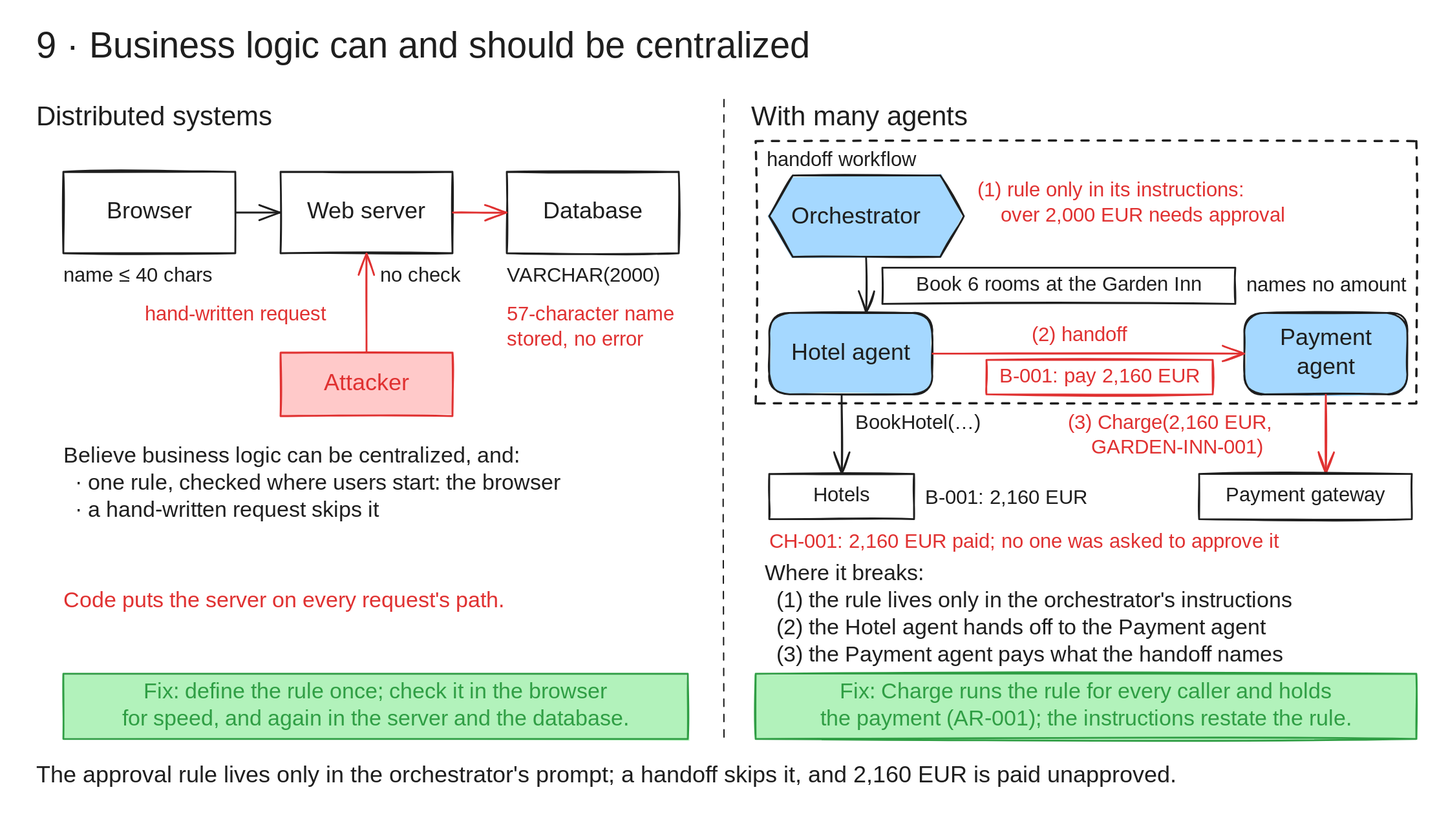
This is fallacies/09-logic-can-be-centralized/diagram.excalidraw.svg from cdiazal/fallacies-of-distributed-agents, a Excalidraw export, as it was before one commit. Source tidied: one line per element, renumbered; positions are measured from the earlier drawing's top-left corner, leaving out a move shared by most shapes.
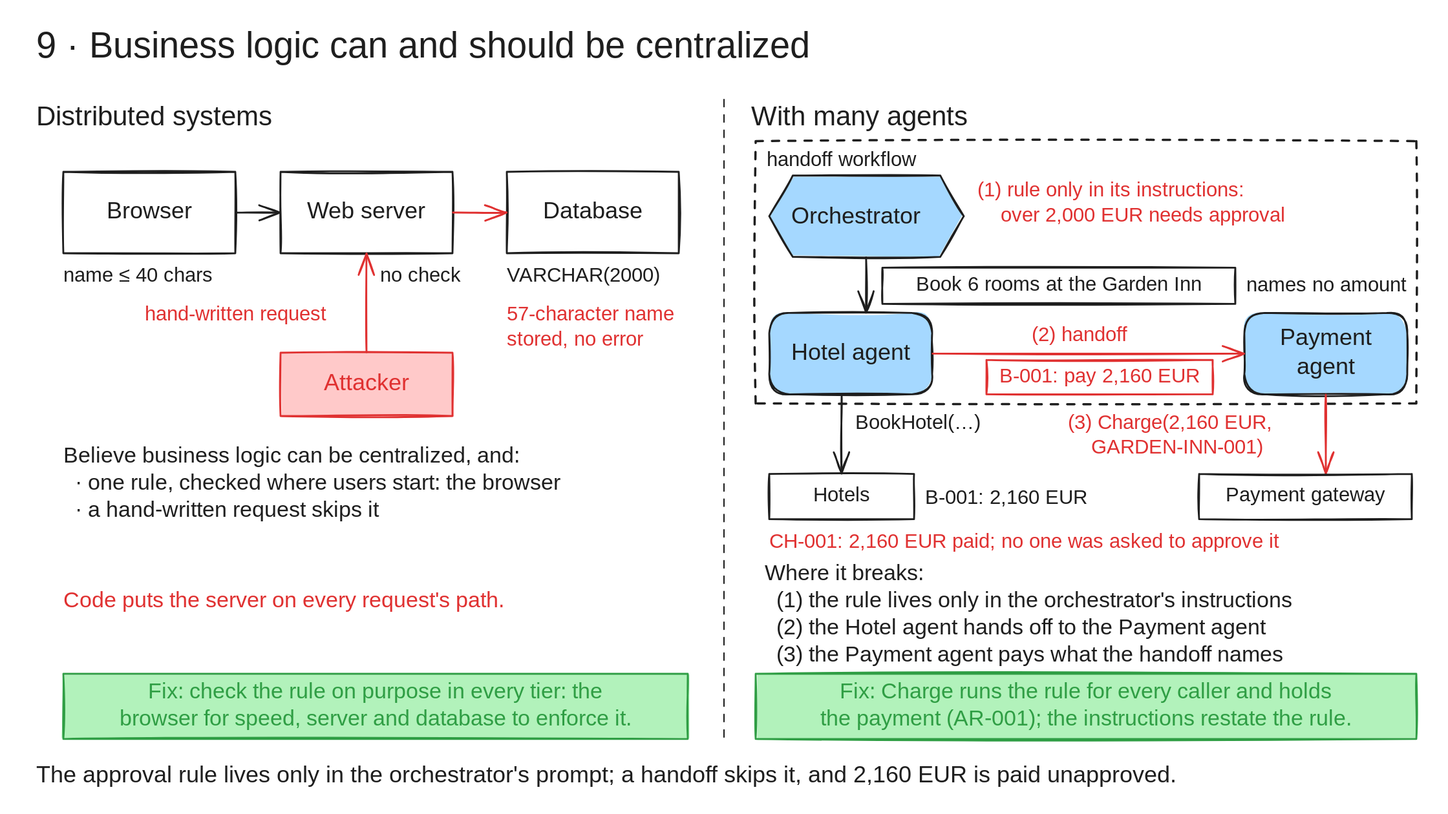
After the change.

Commit message:
Fallacy 9: state the classic fix as Neward's several checks, not one definition

The left panel's Fix box and the alt text said to define the rule once, which the entry's own text attributes to Neward's readers, not to him. They now say to check the rule on purpose in every tier: the browser for speed, the server and the database to enforce it.

What changed in the source:
```diff
@@ -1,28 +1,28 @@
-{"id": 0, "type": "text", "text": "9 · Business logic can and should be centralized", "strokeColor": "#1e1e1e", "strokeWidth": 2, "roughness": 1, "fontSize": 40, "fontFamily": 5, "x": 40, "y": 28, "width": 917, "height": 50}
+{"id": 0, "type": "text", "text": "9 · Business logic can and should be centralized", "strokeColor": "#1e1e1e", "strokeWidth": 2, "roughness": 1, "fontSize": 40, "fontFamily": 5, "x": 40, "y": 28, "width": 926, "height": 50}
 {"id": 1, "type": "text", "text": "Distributed systems", "strokeColor": "#1e1e1e", "strokeWidth": 2, "roughness": 1, "fontSize": 30, "fontFamily": 5, "x": 40, "y": 112, "width": 297, "height": 38}
 {"id": 2, "type": "text", "text": "With many agents", "strokeColor": "#1e1e1e", "strokeWidth": 2, "roughness": 1, "fontSize": 30, "fontFamily": 5, "x": 830, "y": 112, "width": 256, "height": 38}
 {"id": 3, "type": "line", "strokeColor": "#1e1e1e", "strokeWidth": 1, "strokeStyle": "dashed", "roughness": 1, "x": 800, "y": 110, "width": 0, "height": 705, "points": [[0, 0], [0, 705]]}
-{"id": 4, "type": "text", "text": "The approval rule lives only in the orchestrator's prompt; a handoff skips it, and 2,160 EUR is paid unapproved.", "strokeColor": "#1e1e1e", "strokeWidth": 2, "roughness": 1, "fontSize": 26, "fontFamily": 5, "x": 40, "y": 842, "width": 1411, "height": 32}
+{"id": 4, "type": "text", "text": "The approval rule lives only in the orchestrator's prompt; a handoff skips it, and 2,160 EUR is paid unapproved.", "strokeColor": "#1e1e1e", "strokeWidth": 2, "roughness": 1, "fontSize": 26, "fontFamily": 5, "x": 40, "y": 842, "width": 1419, "height": 32}
 {"id": 5, "type": "rectangle", "strokeColor": "#1e1e1e", "strokeWidth": 2, "roughness": 1, "x": 70, "y": 190, "width": 190, "height": 90}
 {"id": 6, "type": "rectangle", "strokeColor": "#1e1e1e", "strokeWidth": 2, "roughness": 1, "x": 310, "y": 190, "width": 190, "height": 90}
 {"id": 7, "type": "rectangle", "strokeColor": "#1e1e1e", "strokeWidth": 2, "roughness": 1, "x": 560, "y": 190, "width": 190, "height": 90}
 {"id": 8, "type": "arrow", "strokeColor": "#1e1e1e", "strokeWidth": 2, "roughness": 1, "endArrowhead": "arrow", "x": 260, "y": 235, "width": 49, "height": 0, "points": [[0, 0], [49, 0]]}
 {"id": 9, "type": "arrow", "strokeColor": "#e03131", "strokeWidth": 2, "roughness": 1, "endArrowhead": "arrow", "x": 500, "y": 235, "width": 59, "height": 0, "points": [[0, 0], [59, 0]]}
-{"id": 10, "type": "text", "text": "name ≤ 40 chars", "strokeColor": "#1e1e1e", "strokeWidth": 2, "roughness": 1, "fontSize": 22, "fontFamily": 8, "x": 70, "y": 292, "width": 177, "height": 28}
+{"id": 10, "type": "text", "text": "name ≤ 40 chars", "strokeColor": "#1e1e1e", "strokeWidth": 2, "roughness": 1, "fontSize": 22, "fontFamily": 8, "x": 70, "y": 292, "width": 181, "height": 28}
 {"id": 11, "type": "text", "text": "no check", "strokeColor": "#1e1e1e", "strokeWidth": 2, "roughness": 1, "fontSize": 22, "fontFamily": 5, "x": 420, "y": 292, "width": 92, "height": 28}
-{"id": 12, "type": "text", "text": "VARCHAR(2000)", "strokeColor": "#1e1e1e", "strokeWidth": 2, "roughness": 1, "fontSize": 22, "fontFamily": 8, "x": 560, "y": 292, "width": 158, "height": 28}
+{"id": 12, "type": "text", "text": "VARCHAR(2000)", "strokeColor": "#1e1e1e", "strokeWidth": 2, "roughness": 1, "fontSize": 22, "fontFamily": 8, "x": 560, "y": 292, "width": 157, "height": 28}
 {"id": 13, "type": "rectangle", "strokeColor": "#e03131", "backgroundColor": "#ffc9c9", "fillStyle": "solid", "strokeWidth": 2, "roughness": 1, "x": 310, "y": 390, "width": 190, "height": 70}
 {"id": 14, "type": "arrow", "strokeColor": "#e03131", "strokeWidth": 2, "roughness": 1, "endArrowhead": "arrow", "x": 405, "y": 390, "width": 0, "height": 109, "points": [[0, 0], [0, -109]]}
 {"id": 15, "type": "text", "text": "hand-written request", "strokeColor": "#e03131", "strokeWidth": 2, "roughness": 1, "fontSize": 22, "fontFamily": 5, "x": 160, "y": 335, "width": 226, "height": 28}
-{"id": 16, "type": "text", "text": "57-character name\nstored, no error", "strokeColor": "#e03131", "strokeWidth": 2, "roughness": 1, "fontSize": 22, "fontFamily": 5, "x": 560, "y": 335, "width": 194, "height": 55}
+{"id": 16, "type": "text", "text": "57-character name\nstored, no error", "strokeColor": "#e03131", "strokeWidth": 2, "roughness": 1, "fontSize": 22, "fontFamily": 5, "x": 560, "y": 335, "width": 196, "height": 55}
 {"id": 17, "type": "text", "text": "Believe business logic can be centralized, and:\n  · one rule, checked where users start: the browser\n  · a hand-written request skips it", "strokeColor": "#1e1e1e", "strokeWidth": 2, "roughness": 1, "fontSize": 24, "fontFamily": 5, "x": 70, "y": 490, "width": 607, "height": 90}
-{"id": 18, "type": "text", "text": "Code puts the server on every request's path.", "strokeColor": "#e03131", "strokeWidth": 2, "roughness": 1, "fontSize": 24, "fontFamily": 5, "x": 70, "y": 650, "width": 542, "height": 30}
+{"id": 18, "type": "text", "text": "Code puts the server on every request's path.", "strokeColor": "#e03131", "strokeWidth": 2, "roughness": 1, "fontSize": 24, "fontFamily": 5, "x": 70, "y": 650, "width": 541, "height": 30}
 {"id": 19, "type": "rectangle", "strokeColor": "#2f9e44", "backgroundColor": "#b2f2bb", "fillStyle": "solid", "strokeWidth": 2, "roughness": 1, "x": 70, "y": 745, "width": 690, "height": 72}
 {"id": 20, "type": "rectangle", "strokeColor": "#1e1e1e", "strokeWidth": 2, "strokeStyle": "dashed", "roughness": 1, "x": 835, "y": 156, "width": 730, "height": 290}
 {"id": 21, "type": "text", "text": "handoff workflow", "strokeColor": "#1e1e1e", "strokeWidth": 2, "roughness": 1, "fontSize": 22, "fontFamily": 5, "x": 847, "y": 164, "width": 185, "height": 28}
 {"id": 22, "type": "line", "strokeColor": "#1e1e1e", "backgroundColor": "#a5d8ff", "fillStyle": "solid", "strokeWidth": 2, "roughness": 1, "x": 876, "y": 194, "width": 215, "height": 90, "points": [[0, 0], [163, 0], [189, 45], [163, 90], [0, 90], [-26, 45], [0, 0]]}
 {"id": 23, "type": "text", "text": "Orchestrator", "strokeColor": "#1e1e1e", "strokeWidth": 2, "roughness": 1, "fontSize": 26, "fontFamily": 5, "x": 874, "y": 224, "width": 166, "height": 32}
-{"id": 24, "type": "text", "text": "(1) rule only in its instructions:\n    over 2,000 EUR needs approval", "strokeColor": "#e03131", "strokeWidth": 2, "roughness": 1, "fontSize": 22, "fontFamily": 5, "x": 1080, "y": 198, "width": 372, "height": 55}
+{"id": 24, "type": "text", "text": "(1) rule only in its instructions:\n    over 2,000 EUR needs approval", "strokeColor": "#e03131", "strokeWidth": 2, "roughness": 1, "fontSize": 22, "fontFamily": 5, "x": 1080, "y": 198, "width": 376, "height": 55}
 {"id": 25, "type": "arrow", "strokeColor": "#1e1e1e", "strokeWidth": 2, "roughness": 1, "endArrowhead": "arrow", "x": 957, "y": 284, "width": 0, "height": 61, "points": [[0, 0], [0, 61]]}
 {"id": 26, "type": "rectangle", "strokeColor": "#1e1e1e", "strokeWidth": 2, "roughness": 1, "x": 975, "y": 296, "width": 390, "height": 40}
 {"id": 27, "type": "text", "text": "names no amount", "strokeColor": "#1e1e1e", "strokeWidth": 2, "roughness": 1, "fontSize": 22, "fontFamily": 5, "x": 1377, "y": 303, "width": 181, "height": 28}
@@ -32,25 +32,25 @@
 {"id": 31, "type": "text", "text": "(2) handoff", "strokeColor": "#e03131", "strokeWidth": 2, "roughness": 1, "fontSize": 22, "fontFamily": 5, "x": 1140, "y": 358, "width": 126, "height": 28}
 {"id": 32, "type": "rectangle", "strokeColor": "#e03131", "strokeWidth": 2, "roughness": 1, "x": 1090, "y": 398, "width": 250, "height": 38}
 {"id": 33, "type": "arrow", "strokeColor": "#1e1e1e", "strokeWidth": 2, "roughness": 1, "endArrowhead": "arrow", "x": 930, "y": 436, "width": 0, "height": 87, "points": [[0, 0], [0, 87]]}
-{"id": 34, "type": "text", "text": "BookHotel(…)", "strokeColor": "#1e1e1e", "strokeWidth": 2, "roughness": 1, "fontSize": 22, "fontFamily": 8, "x": 945, "y": 455, "width": 141, "height": 28}
+{"id": 34, "type": "text", "text": "BookHotel(…)", "strokeColor": "#1e1e1e", "strokeWidth": 2, "roughness": 1, "fontSize": 22, "fontFamily": 8, "x": 945, "y": 455, "width": 145, "height": 28}
 {"id": 35, "type": "rectangle", "strokeColor": "#1e1e1e", "strokeWidth": 2, "roughness": 1, "x": 850, "y": 524, "width": 160, "height": 50}
-{"id": 36, "type": "text", "text": "B-001: 2,160 EUR", "strokeColor": "#1e1e1e", "strokeWidth": 2, "roughness": 1, "fontSize": 22, "fontFamily": 5, "x": 1022, "y": 538, "width": 189, "height": 28}
+{"id": 36, "type": "text", "text": "B-001: 2,160 EUR", "strokeColor": "#1e1e1e", "strokeWidth": 2, "roughness": 1, "fontSize": 22, "fontFamily": 5, "x": 1022, "y": 538, "width": 195, "height": 28}
 {"id": 37, "type": "arrow", "strokeColor": "#e03131", "strokeWidth": 2, "roughness": 1, "endArrowhead": "arrow", "x": 1465, "y": 436, "width": 0, "height": 87, "points": [[0, 0], [0, 87]]}
-{"id": 38, "type": "text", "text": "(3) Charge(2,160 EUR,\n    GARDEN-INN-001)", "strokeColor": "#e03131", "strokeWidth": 2, "roughness": 1, "fontSize": 22, "fontFamily": 8, "x": 1180, "y": 455, "width": 240, "height": 55}
+{"id": 38, "type": "text", "text": "(3) Charge(2,160 EUR,\n    GARDEN-INN-001)", "strokeColor": "#e03131", "strokeWidth": 2, "roughness": 1, "fontSize": 22, "fontFamily": 8, "x": 1180, "y": 455, "width": 254, "height": 55}
 {"id": 39, "type": "rectangle", "strokeColor": "#1e1e1e", "strokeWidth": 2, "roughness": 1, "x": 1325, "y": 524, "width": 235, "height": 50}
-{"id": 40, "type": "text", "text": "CH-001: 2,160 EUR paid; no one was asked to approve it", "strokeColor": "#e03131", "strokeWidth": 2, "roughness": 1, "fontSize": 22, "fontFamily": 5, "x": 850, "y": 586, "width": 606, "height": 28}
+{"id": 40, "type": "text", "text": "CH-001: 2,160 EUR paid; no one was asked to approve it", "strokeColor": "#e03131", "strokeWidth": 2, "roughness": 1, "fontSize": 22, "fontFamily": 5, "x": 850, "y": 586, "width": 611, "height": 28}
-{"id": 41, "type": "text", "text": "Where it breaks:\n  (1) the rule lives only in the orchestrator's instructions\n  (2) the Hotel agent hands off to the Payment agent\n  (3) the Payment agent pays what the handoff names", "strokeColor": "#1e1e1e", "strokeWidth": 2, "roughness": 1, "fontSize": 24, "fontFamily": 5, "x": 845, "y": 620, "width": 668, "height": 120}
+{"id": 41, "type": "text", "text": "Where it breaks:\n  (1) the rule lives only in the orchestrator's instructions\n  (2) the Hotel agent hands off to the Payment agent\n  (3) the Payment agent pays what the handoff names", "strokeColor": "#1e1e1e", "strokeWidth": 2, "roughness": 1, "fontSize": 24, "fontFamily": 5, "x": 845, "y": 620, "width": 667, "height": 120}
 {"id": 42, "type": "rectangle", "strokeColor": "#2f9e44", "backgroundColor": "#b2f2bb", "fillStyle": "solid", "strokeWidth": 2, "roughness": 1, "x": 835, "y": 745, "width": 730, "height": 72}
 {"id": 43, "type": "frame", "strokeColor": "#1e1e1e", "strokeWidth": 2, "roughness": 1, "x": 0, "y": 0, "width": 1600, "height": 900}
 {"id": 44, "type": "text", "text": "Browser", "strokeColor": "#1e1e1e", "strokeWidth": 2, "roughness": 1, "fontSize": 26, "fontFamily": 5, "textAlign": "center", "verticalAlign": "middle", "inside": 5, "x": 114, "y": 219, "width": 103, "height": 32}
 {"id": 45, "type": "text", "text": "Web server", "strokeColor": "#1e1e1e", "strokeWidth": 2, "roughness": 1, "fontSize": 26, "fontFamily": 5, "textAlign": "center", "verticalAlign": "middle", "inside": 6, "x": 337, "y": 219, "width": 136, "height": 32}
 {"id": 46, "type": "text", "text": "Database", "strokeColor": "#1e1e1e", "strokeWidth": 2, "roughness": 1, "fontSize": 26, "fontFamily": 5, "textAlign": "center", "verticalAlign": "middle", "inside": 7, "x": 594, "y": 219, "width": 122, "height": 32}
 {"id": 47, "type": "text", "text": "Attacker", "strokeColor": "#e03131", "strokeWidth": 2, "roughness": 1, "fontSize": 26, "fontFamily": 5, "textAlign": "center", "verticalAlign": "middle", "inside": 13, "x": 349, "y": 409, "width": 113, "height": 32}
-{"id": 48, "type": "text", "text": "Fix: define the rule once; check it in the browser\nfor speed, and again in the server and the database.", "strokeColor": "#2f9e44", "strokeWidth": 2, "roughness": 1, "fontSize": 24, "fontFamily": 5, "textAlign": "center", "verticalAlign": "middle", "inside": 19, "x": 105, "y": 751, "width": 621, "height": 60}
+{"id": 56, "type": "text", "text": "Fix: check the rule on purpose in every tier: the\nbrowser for speed, server and database to enforce it.", "strokeColor": "#2f9e44", "strokeWidth": 2, "roughness": 1, "fontSize": 24, "fontFamily": 5, "textAlign": "center", "verticalAlign": "middle", "inside": 19, "x": 97, "y": 751, "width": 636, "height": 60}
-{"id": 49, "type": "text", "text": "Book 6 rooms at the Garden Inn", "strokeColor": "#1e1e1e", "strokeWidth": 2, "roughness": 1, "fontSize": 22, "fontFamily": 5, "textAlign": "center", "verticalAlign": "middle", "inside": 26, "x": 997, "y": 302, "width": 345, "height": 28}
+{"id": 49, "type": "text", "text": "Book 6 rooms at the Garden Inn", "strokeColor": "#1e1e1e", "strokeWidth": 2, "roughness": 1, "fontSize": 22, "fontFamily": 5, "textAlign": "center", "verticalAlign": "middle", "inside": 26, "x": 992, "y": 302, "width": 356, "height": 28}
-{"id": 50, "type": "text", "text": "Hotel agent", "strokeColor": "#1e1e1e", "strokeWidth": 2, "roughness": 1, "fontSize": 26, "fontFamily": 5, "textAlign": "center", "verticalAlign": "middle", "inside": 28, "x": 865, "y": 375, "width": 150, "height": 32}
+{"id": 50, "type": "text", "text": "Hotel agent", "strokeColor": "#1e1e1e", "strokeWidth": 2, "roughness": 1, "fontSize": 26, "fontFamily": 5, "textAlign": "center", "verticalAlign": "middle", "inside": 28, "x": 867, "y": 375, "width": 147, "height": 32}
-{"id": 51, "type": "text", "text": "Payment\nagent", "strokeColor": "#1e1e1e", "strokeWidth": 2, "roughness": 1, "fontSize": 26, "fontFamily": 5, "textAlign": "center", "verticalAlign": "middle", "inside": 29, "x": 1414, "y": 358, "width": 103, "height": 65}
+{"id": 51, "type": "text", "text": "Payment\nagent", "strokeColor": "#1e1e1e", "strokeWidth": 2, "roughness": 1, "fontSize": 26, "fontFamily": 5, "textAlign": "center", "verticalAlign": "middle", "inside": 29, "x": 1412, "y": 358, "width": 105, "height": 65}
-{"id": 52, "type": "text", "text": "B-001: pay 2,160 EUR", "strokeColor": "#e03131", "strokeWidth": 2, "roughness": 1, "fontSize": 22, "fontFamily": 5, "textAlign": "center", "verticalAlign": "middle", "inside": 32, "x": 1098, "y": 403, "width": 233, "height": 28}
+{"id": 52, "type": "text", "text": "B-001: pay 2,160 EUR", "strokeColor": "#e03131", "strokeWidth": 2, "roughness": 1, "fontSize": 22, "fontFamily": 5, "textAlign": "center", "verticalAlign": "middle", "inside": 32, "x": 1095, "y": 403, "width": 240, "height": 28}
-{"id": 53, "type": "text", "text": "Hotels", "strokeColor": "#1e1e1e", "strokeWidth": 2, "roughness": 1, "fontSize": 22, "fontFamily": 5, "textAlign": "center", "verticalAlign": "middle", "inside": 35, "x": 895, "y": 535, "width": 70, "height": 28}
+{"id": 53, "type": "text", "text": "Hotels", "strokeColor": "#1e1e1e", "strokeWidth": 2, "roughness": 1, "fontSize": 22, "fontFamily": 5, "textAlign": "center", "verticalAlign": "middle", "inside": 35, "x": 897, "y": 535, "width": 67, "height": 28}
-{"id": 54, "type": "text", "text": "Payment gateway", "strokeColor": "#1e1e1e", "strokeWidth": 2, "roughness": 1, "fontSize": 22, "fontFamily": 5, "textAlign": "center", "verticalAlign": "middle", "inside": 39, "x": 1351, "y": 535, "width": 183, "height": 28}
+{"id": 54, "type": "text", "text": "Payment gateway", "strokeColor": "#1e1e1e", "strokeWidth": 2, "roughness": 1, "fontSize": 22, "fontFamily": 5, "textAlign": "center", "verticalAlign": "middle", "inside": 39, "x": 1350, "y": 535, "width": 186, "height": 28}
-{"id": 55, "type": "text", "text": "Fix: Charge runs the rule for every caller and holds\nthe payment (AR-001); the instructions restate the rule.", "strokeColor": "#2f9e44", "strokeWidth": 2, "roughness": 1, "fontSize": 24, "fontFamily": 5, "textAlign": "center", "verticalAlign": "middle", "inside": 42, "x": 868, "y": 751, "width": 664, "height": 60}
+{"id": 55, "type": "text", "text": "Fix: Charge runs the rule for every caller and holds\nthe payment (AR-001); the instructions restate the rule.", "strokeColor": "#2f9e44", "strokeWidth": 2, "roughness": 1, "fontSize": 24, "fontFamily": 5, "textAlign": "center", "verticalAlign": "middle", "inside": 42, "x": 865, "y": 751, "width": 669, "height": 60}
```
